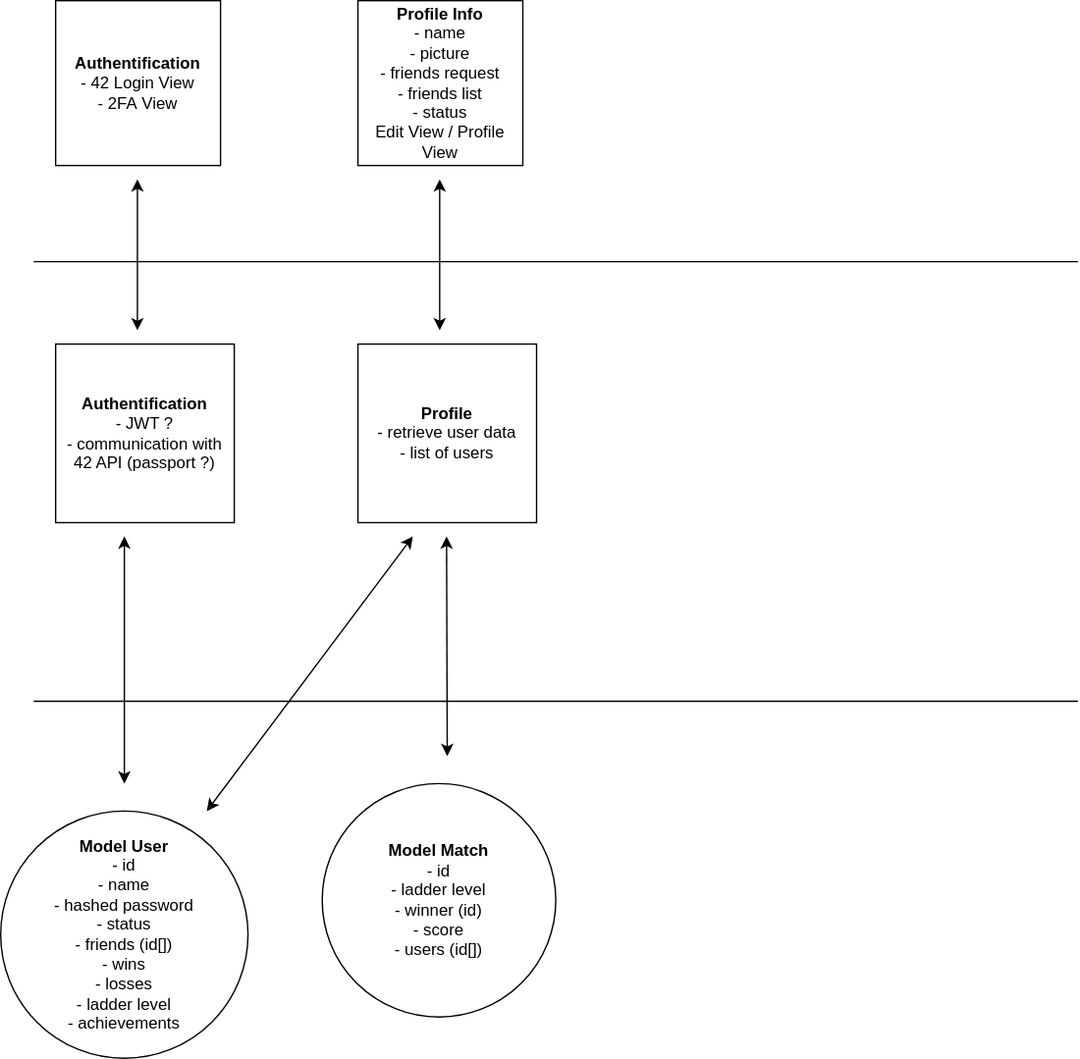
The draw.io diagram ft_transcendence.drawio.svg in williamollio/ft_transcendence, before a commit. Source tidied: cells renumbered, new cells last; positions are measured from the earlier drawing's top-left corner, leaving out a move shared by most shapes.
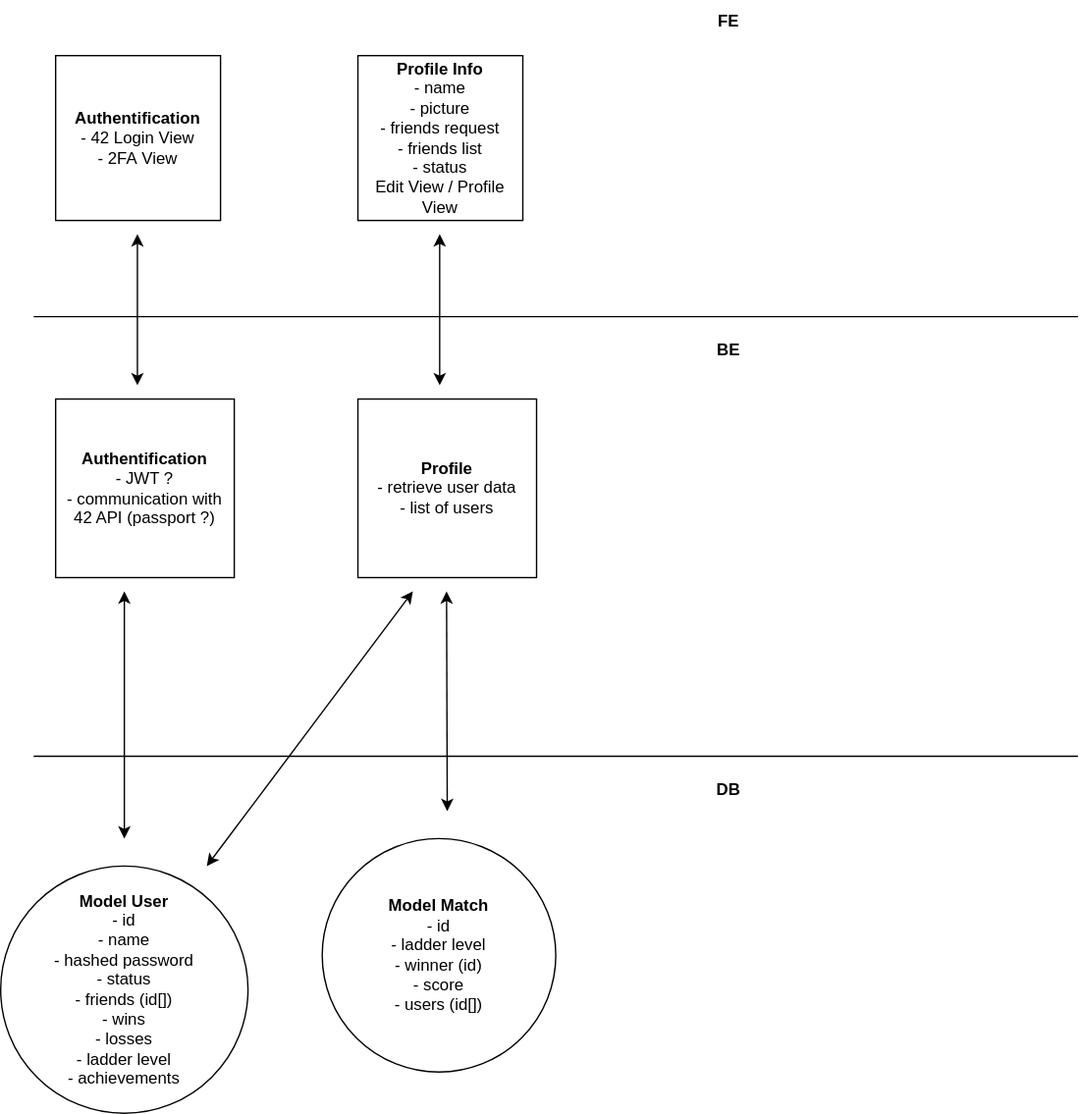
The same diagram one commit later.

The edit, as a diff of the source:
```diff
@@ -62,5 +62,14 @@
         <mxPoint x="324.5" y="390" as="targetPoint" />
       </mxGeometry>
     </mxCell>
+    <mxCell id="15" value="&lt;b&gt;FE&lt;/b&gt;" style="text;html=1;strokeColor=none;fillColor=none;align=center;verticalAlign=middle;whiteSpace=wrap;rounded=0;" parent="1" vertex="1">
+      <mxGeometry x="500" y="-40" width="60" height="30" as="geometry" />
+    </mxCell>
+    <mxCell id="16" value="&lt;b&gt;BE&lt;/b&gt;" style="text;html=1;strokeColor=none;fillColor=none;align=center;verticalAlign=middle;whiteSpace=wrap;rounded=0;" parent="1" vertex="1">
+      <mxGeometry x="500" y="200" width="60" height="30" as="geometry" />
+    </mxCell>
+    <mxCell id="17" value="&lt;b&gt;DB&lt;/b&gt;" style="text;html=1;strokeColor=none;fillColor=none;align=center;verticalAlign=middle;whiteSpace=wrap;rounded=0;" parent="1" vertex="1">
+      <mxGeometry x="500" y="520" width="60" height="30" as="geometry" />
+    </mxCell>
   </root>
 </mxGraphModel>
```
